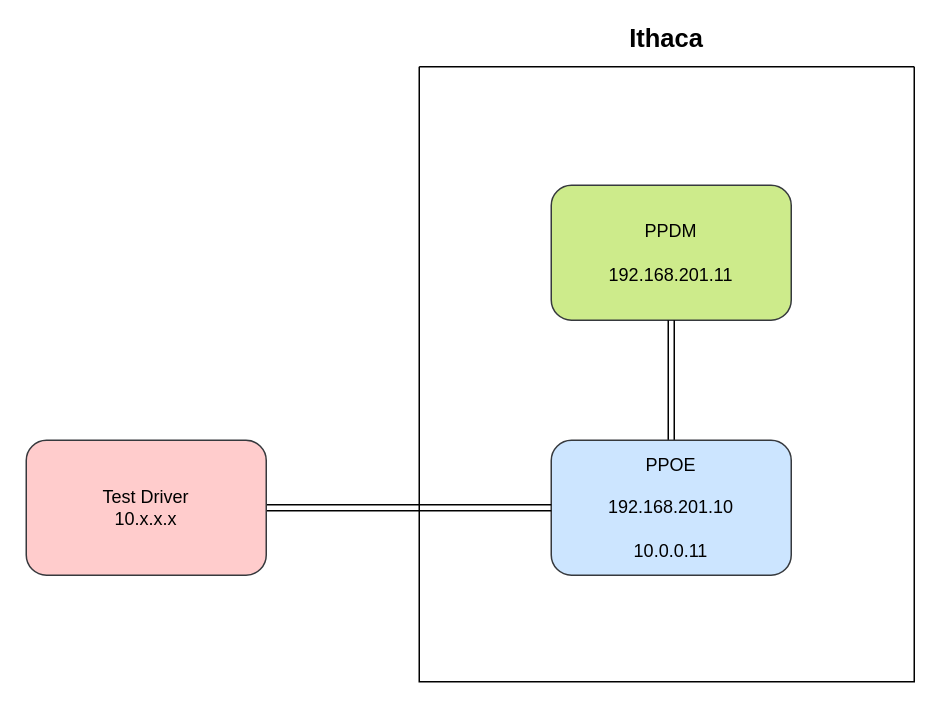
Before: page "第 1 页" (1 of 3) of st/ssh_tunnel.drawio in gaivin/drawio, a draw.io diagram. Source tidied: cells renumbered, new cells numbered last; positions are measured from the earlier drawing's top-left corner, leaving out a move shared by most shapes. Both pictures are drawn from the tidied source at 150%, with x=0, y=0 at pixel (26, 66).
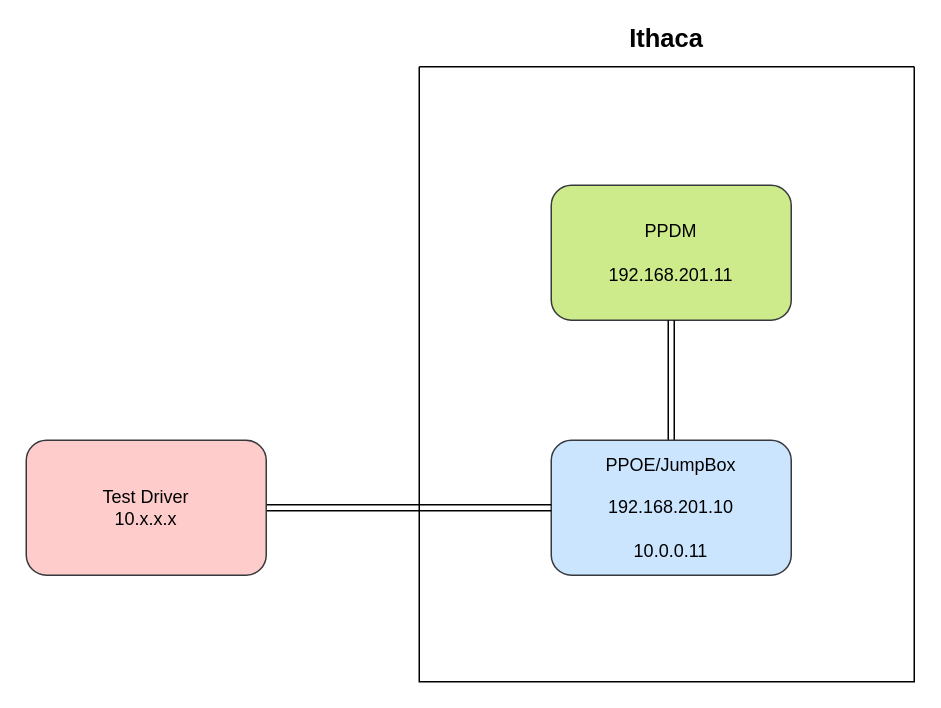
Above is the later version.

Commit message (it also covers changes not shown here):
Change PPOE to JumpBox

Diff of the diagram source:
```diff
@@
 <mxGraphModel>
   <root>
     <mxCell id="0" />
     <mxCell id="1" parent="0" />
     <mxCell id="2" value="Ithaca&#10;&#10;" style="swimlane;startSize=0;fontSize=17;" parent="1" vertex="1">
       <mxGeometry x="262" width="330" height="410" as="geometry" />
     </mxCell>
     <mxCell id="3" value="PPDM&lt;br&gt;&lt;br&gt;192.168.201.11" style="rounded=1;whiteSpace=wrap;html=1;fillColor=#cdeb8b;strokeColor=#36393d;" parent="2" vertex="1">
       <mxGeometry x="88" y="79" width="160" height="90" as="geometry" />
     </mxCell>
     <mxCell id="4" style="edgeStyle=orthogonalEdgeStyle;shape=link;rounded=0;jettySize=auto;html=1;exitX=0.5;exitY=0;exitDx=0;exitDy=0;entryX=0.5;entryY=1;entryDx=0;entryDy=0;strokeWidth=1;" parent="2" edge="1" source="5" target="3">
       <mxGeometry relative="1" as="geometry" />
     </mxCell>
-    <mxCell id="5" value="PPOE&lt;br&gt;&lt;br&gt;192.168.201.10&lt;br&gt;&lt;br&gt;10.0.0.11" style="rounded=1;whiteSpace=wrap;html=1;fillColor=#cce5ff;strokeColor=#36393d;" parent="2" vertex="1">
+    <mxCell id="5" value="PPOE/JumpBox&lt;br&gt;&lt;br&gt;192.168.201.10&lt;br&gt;&lt;br&gt;10.0.0.11" style="rounded=1;whiteSpace=wrap;html=1;fillColor=#cce5ff;strokeColor=#36393d;" parent="2" vertex="1">
       <mxGeometry x="88" y="249" width="160" height="90" as="geometry" />
     </mxCell>
     <mxCell id="6" style="edgeStyle=orthogonalEdgeStyle;rounded=0;jettySize=auto;html=1;exitX=1;exitY=0.5;exitDx=0;exitDy=0;strokeWidth=1;shape=link;" parent="1" edge="1" source="7" target="5">
       <mxGeometry relative="1" as="geometry" />
     </mxCell>
     <mxCell id="7" value="Test Driver&lt;br&gt;10.x.x.x" style="rounded=1;whiteSpace=wrap;html=1;fillColor=#ffcccc;strokeColor=#36393d;" parent="1" vertex="1">
       <mxGeometry y="249" width="160" height="90" as="geometry" />
     </mxCell>
   </root>
 </mxGraphModel>
```
